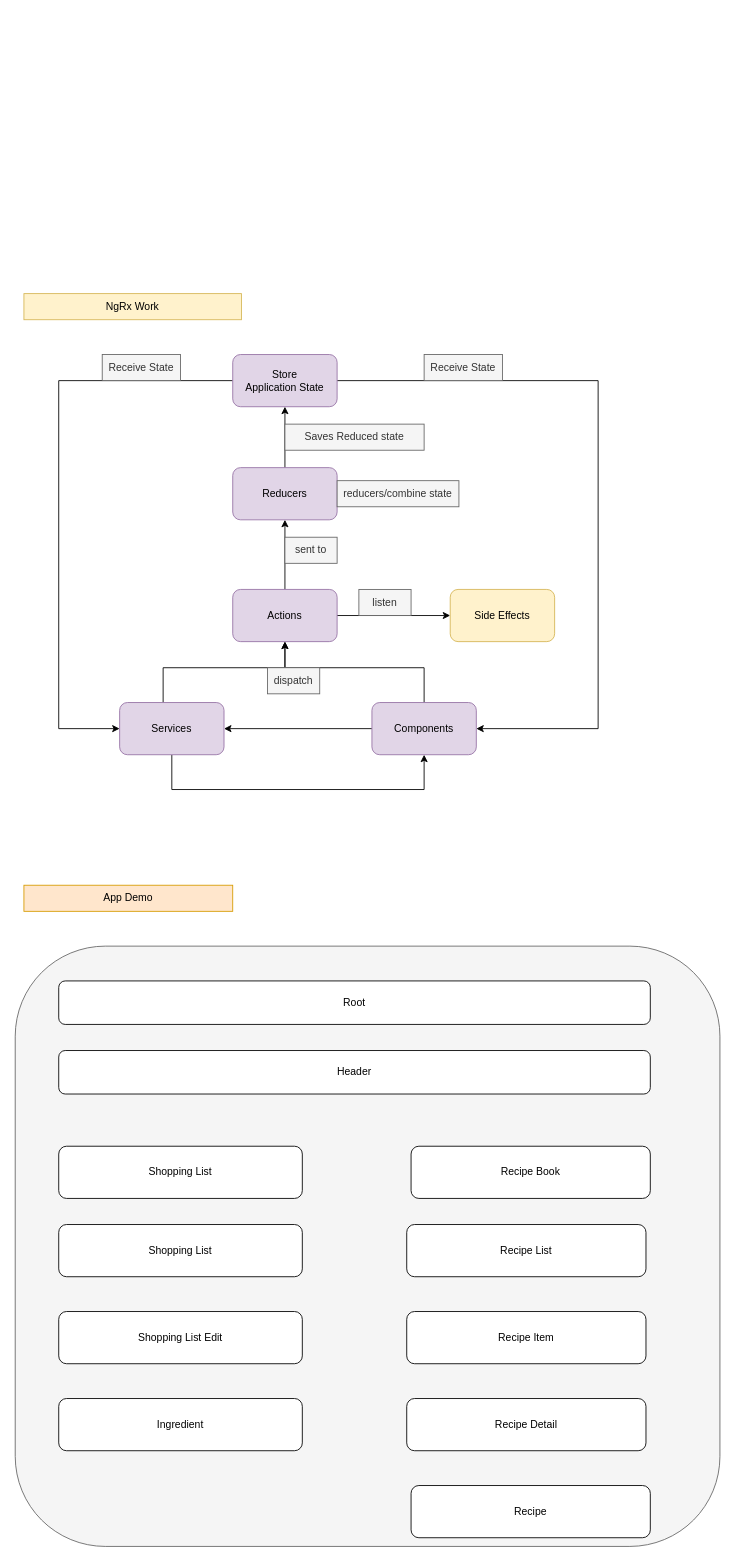
blackcatcoder/angular keeps this draw.io diagram as flowstate.drawio. Above is the earlier version. Source tidied: cells renumbered, new cells numbered last; positions are measured from the earlier drawing's top-left corner, leaving out a move shared by most shapes. Both pictures are drawn from the tidied source at 87%, with x=0, y=0 at pixel (15, 293).
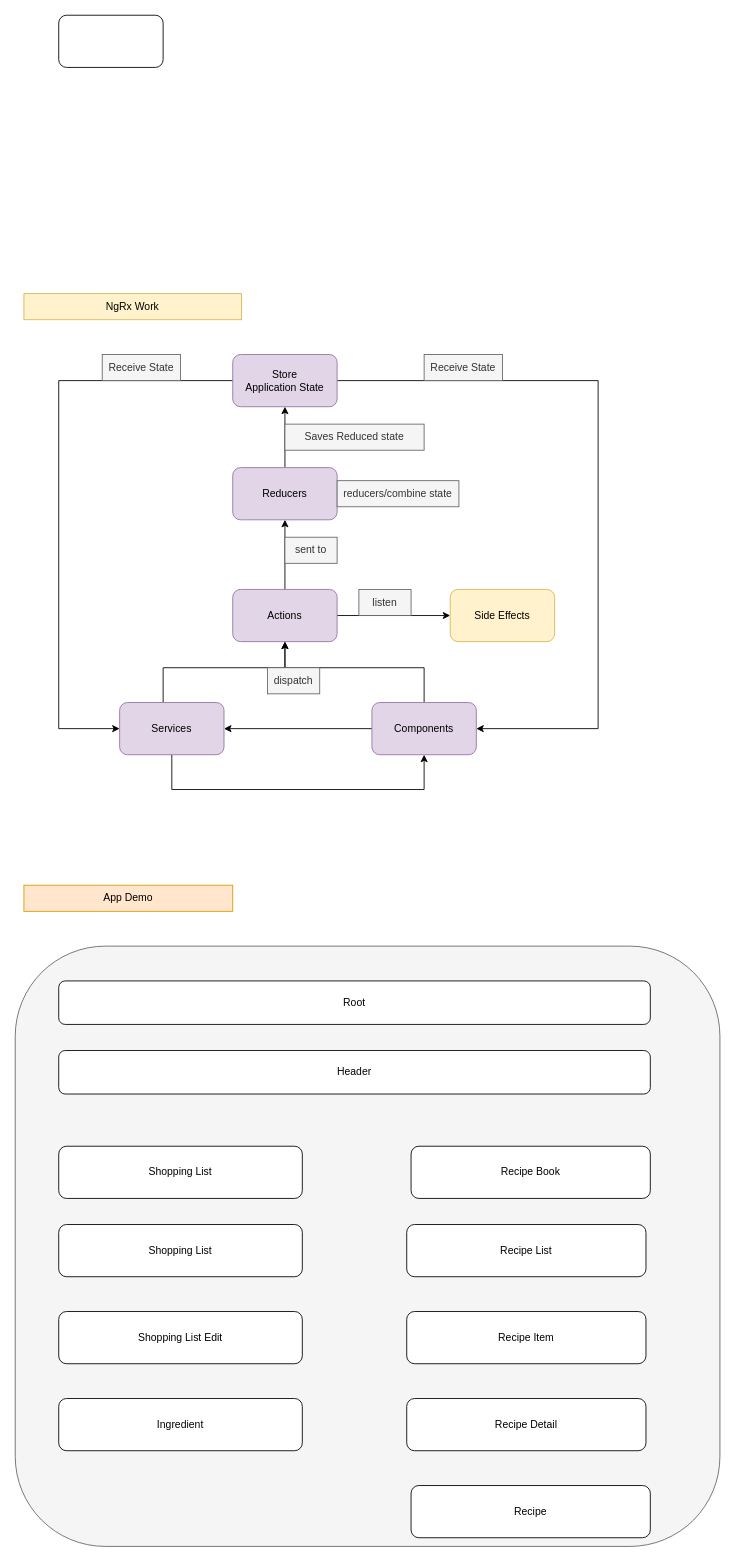
The same diagram, later.

Change to the diagram source:
```diff
@@
+    <mxCell id="38" style="rounded=1;whiteSpace=wrap;html=1;" parent="1" vertex="1">
+      <mxGeometry x="50" y="-320" width="120" height="60" as="geometry" />
+    </mxCell>
```
